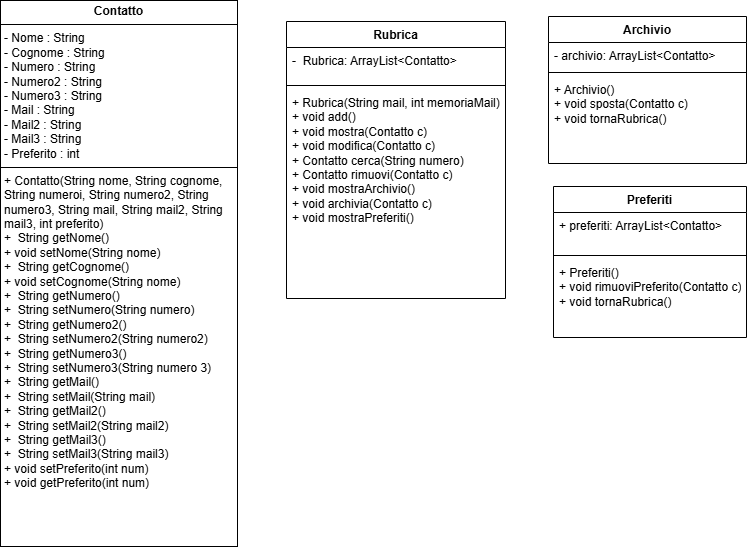
This is Design/ClassiPazze.drawio.png from VinSVinS00/Programmi-pazzi, a draw.io export, as it was before one commit. Source tidied: cells renumbered, new cells last; positions are measured from the earlier drawing's top-left corner, leaving out a move shared by most shapes.
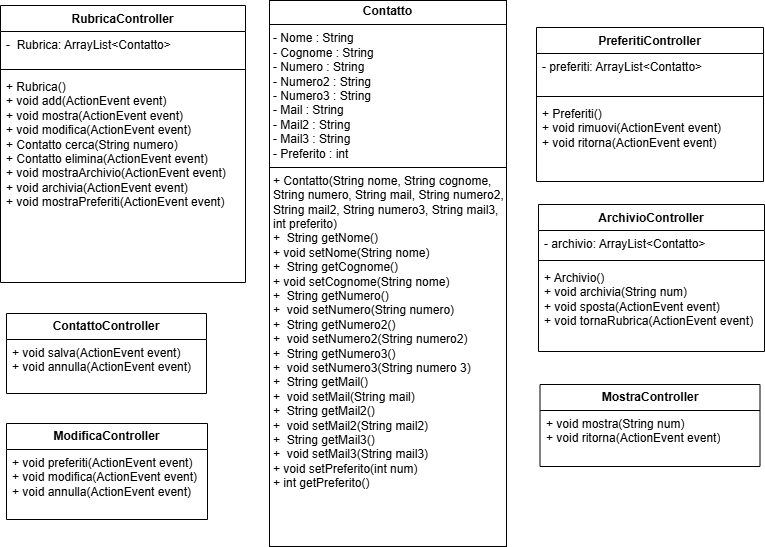
Later version of the same file.

Commit message:
modifica classi

modifica sui diagrammi delle classi

The edit, as a diff of the source:
```diff
@@ -2,44 +2,62 @@
   <root>
     <mxCell id="0" />
     <mxCell id="1" parent="0" />
-    <mxCell id="2" value="&lt;p style=&quot;margin:0px;margin-top:4px;text-align:center;&quot;&gt;&lt;b&gt;Contatto&lt;/b&gt;&lt;/p&gt;&lt;hr size=&quot;1&quot; style=&quot;border-style:solid;&quot;&gt;&lt;p style=&quot;margin:0px;margin-left:4px;&quot;&gt;- Nome : String&lt;/p&gt;&lt;p style=&quot;margin:0px;margin-left:4px;&quot;&gt;- Cognome : String&lt;/p&gt;&lt;p style=&quot;margin:0px;margin-left:4px;&quot;&gt;- Numero : String&lt;/p&gt;&lt;p style=&quot;margin: 0px 0px 0px 4px;&quot;&gt;- Numero2 : String&lt;/p&gt;&lt;div&gt;&lt;p style=&quot;margin: 0px 0px 0px 4px;&quot;&gt;- Numero3 : String&lt;/p&gt;&lt;/div&gt;&lt;div&gt;&lt;p style=&quot;margin: 0px 0px 0px 4px;&quot;&gt;- Mail : String&lt;/p&gt;&lt;p style=&quot;margin: 0px 0px 0px 4px;&quot;&gt;&lt;span style=&quot;background-color: initial;&quot;&gt;- Mail2 : String&lt;/span&gt;&lt;/p&gt;&lt;/div&gt;&lt;p style=&quot;margin: 0px 0px 0px 4px;&quot;&gt;- Mail3 : String&lt;/p&gt;&lt;p style=&quot;margin: 0px 0px 0px 4px;&quot;&gt;- Preferito : int&lt;/p&gt;&lt;hr size=&quot;1&quot; style=&quot;border-style:solid;&quot;&gt;&lt;p style=&quot;margin:0px;margin-left:4px;&quot;&gt;+ Contatto(String nome, String cognome, String numeroi, String numero2, String numero3, String mail, String mail2, String mail3, int preferito)&amp;nbsp;&lt;/p&gt;&lt;p style=&quot;margin:0px;margin-left:4px;&quot;&gt;+&amp;nbsp; String getNome()&lt;/p&gt;&lt;p style=&quot;margin:0px;margin-left:4px;&quot;&gt;+ void setNome(String nome)&lt;/p&gt;&lt;p style=&quot;margin: 0px 0px 0px 4px;&quot;&gt;+&amp;nbsp; String getCognome()&lt;/p&gt;&lt;p style=&quot;margin: 0px 0px 0px 4px;&quot;&gt;+ void setCognome(String nome)&lt;/p&gt;&lt;p style=&quot;margin: 0px 0px 0px 4px;&quot;&gt;+&amp;nbsp; String getNumero()&lt;/p&gt;&lt;p style=&quot;margin: 0px 0px 0px 4px;&quot;&gt;+&amp;nbsp; String setNumero(String numero)&lt;/p&gt;&lt;p style=&quot;margin: 0px 0px 0px 4px;&quot;&gt;+&amp;nbsp; String getNumero2()&lt;/p&gt;&lt;p style=&quot;margin: 0px 0px 0px 4px;&quot;&gt;+&amp;nbsp; String setNumero2(String numero2)&lt;/p&gt;&lt;p style=&quot;margin: 0px 0px 0px 4px;&quot;&gt;+&amp;nbsp; String getNumero3()&lt;/p&gt;&lt;p style=&quot;margin: 0px 0px 0px 4px;&quot;&gt;&lt;span style=&quot;background-color: initial;&quot;&gt;+&amp;nbsp; String setNumero3(String numero 3)&lt;/span&gt;&lt;/p&gt;&lt;p style=&quot;margin: 0px 0px 0px 4px;&quot;&gt;+&amp;nbsp; String getMail()&lt;/p&gt;&lt;p style=&quot;margin: 0px 0px 0px 4px;&quot;&gt;+&amp;nbsp; String setMail(String mail)&lt;/p&gt;&lt;p style=&quot;margin: 0px 0px 0px 4px;&quot;&gt;+&amp;nbsp; String getMail2()&lt;/p&gt;&lt;p style=&quot;margin: 0px 0px 0px 4px;&quot;&gt;+&amp;nbsp; String setMail2(String mail2)&lt;/p&gt;&lt;p style=&quot;margin: 0px 0px 0px 4px;&quot;&gt;+&amp;nbsp; String getMail3()&lt;/p&gt;&lt;p style=&quot;margin: 0px 0px 0px 4px;&quot;&gt;+&amp;nbsp; String setMail3(String mail3)&lt;/p&gt;&lt;p style=&quot;margin: 0px 0px 0px 4px;&quot;&gt;+ void setPreferito(int num)&lt;/p&gt;&lt;p style=&quot;margin: 0px 0px 0px 4px;&quot;&gt;+ void getPreferito(int num)&lt;/p&gt;&lt;p style=&quot;margin: 0px 0px 0px 4px;&quot;&gt;&lt;br&gt;&lt;/p&gt;" style="verticalAlign=top;align=left;overflow=fill;html=1;whiteSpace=wrap;" parent="1" vertex="1">
-      <mxGeometry width="237" height="546" as="geometry" />
+    <mxCell id="2" value="&lt;p style=&quot;margin:0px;margin-top:4px;text-align:center;&quot;&gt;&lt;b&gt;Contatto&lt;/b&gt;&lt;/p&gt;&lt;hr size=&quot;1&quot; style=&quot;border-style:solid;&quot;&gt;&lt;p style=&quot;margin:0px;margin-left:4px;&quot;&gt;- Nome : String&lt;/p&gt;&lt;p style=&quot;margin:0px;margin-left:4px;&quot;&gt;- Cognome : String&lt;/p&gt;&lt;p style=&quot;margin:0px;margin-left:4px;&quot;&gt;- Numero : String&lt;/p&gt;&lt;p style=&quot;margin: 0px 0px 0px 4px;&quot;&gt;- Numero2 : String&lt;/p&gt;&lt;div&gt;&lt;p style=&quot;margin: 0px 0px 0px 4px;&quot;&gt;- Numero3 : String&lt;/p&gt;&lt;/div&gt;&lt;div&gt;&lt;p style=&quot;margin: 0px 0px 0px 4px;&quot;&gt;- Mail : String&lt;/p&gt;&lt;p style=&quot;margin: 0px 0px 0px 4px;&quot;&gt;&lt;span style=&quot;background-color: initial;&quot;&gt;- Mail2 : String&lt;/span&gt;&lt;/p&gt;&lt;/div&gt;&lt;p style=&quot;margin: 0px 0px 0px 4px;&quot;&gt;- Mail3 : String&lt;/p&gt;&lt;p style=&quot;margin: 0px 0px 0px 4px;&quot;&gt;- Preferito : int&lt;/p&gt;&lt;hr size=&quot;1&quot; style=&quot;border-style:solid;&quot;&gt;&lt;p style=&quot;margin:0px;margin-left:4px;&quot;&gt;+ Contatto(String nome, String cognome, String numero, String mail, String numero2, String mail2, String numero3, String mail3, int preferito)&lt;/p&gt;&lt;p style=&quot;margin:0px;margin-left:4px;&quot;&gt;+&amp;nbsp; String getNome()&lt;/p&gt;&lt;p style=&quot;margin:0px;margin-left:4px;&quot;&gt;+ void setNome(String nome)&lt;/p&gt;&lt;p style=&quot;margin: 0px 0px 0px 4px;&quot;&gt;+&amp;nbsp; String getCognome()&lt;/p&gt;&lt;p style=&quot;margin: 0px 0px 0px 4px;&quot;&gt;+ void setCognome(String nome)&lt;/p&gt;&lt;p style=&quot;margin: 0px 0px 0px 4px;&quot;&gt;+&amp;nbsp; String getNumero()&lt;/p&gt;&lt;p style=&quot;margin: 0px 0px 0px 4px;&quot;&gt;+&amp;nbsp; void&amp;nbsp;setNumero(String numero)&lt;/p&gt;&lt;p style=&quot;margin: 0px 0px 0px 4px;&quot;&gt;+&amp;nbsp; String getNumero2()&lt;/p&gt;&lt;p style=&quot;margin: 0px 0px 0px 4px;&quot;&gt;+&amp;nbsp; void&amp;nbsp;setNumero2(String numero2)&lt;/p&gt;&lt;p style=&quot;margin: 0px 0px 0px 4px;&quot;&gt;+&amp;nbsp; String getNumero3()&lt;/p&gt;&lt;p style=&quot;margin: 0px 0px 0px 4px;&quot;&gt;&lt;span style=&quot;background-color: initial;&quot;&gt;+&amp;nbsp;&amp;nbsp;&lt;/span&gt;void&amp;nbsp;&lt;span style=&quot;background-color: initial;&quot;&gt;setNumero3(String numero 3)&lt;/span&gt;&lt;/p&gt;&lt;p style=&quot;margin: 0px 0px 0px 4px;&quot;&gt;+&amp;nbsp; String getMail()&lt;/p&gt;&lt;p style=&quot;margin: 0px 0px 0px 4px;&quot;&gt;+&amp;nbsp; void&amp;nbsp;setMail(String mail)&lt;/p&gt;&lt;p style=&quot;margin: 0px 0px 0px 4px;&quot;&gt;+&amp;nbsp; String getMail2()&lt;/p&gt;&lt;p style=&quot;margin: 0px 0px 0px 4px;&quot;&gt;+&amp;nbsp; void&amp;nbsp;setMail2(String mail2)&lt;/p&gt;&lt;p style=&quot;margin: 0px 0px 0px 4px;&quot;&gt;+&amp;nbsp; String getMail3()&lt;/p&gt;&lt;p style=&quot;margin: 0px 0px 0px 4px;&quot;&gt;+&amp;nbsp; void&amp;nbsp;setMail3(String mail3)&lt;/p&gt;&lt;p style=&quot;margin: 0px 0px 0px 4px;&quot;&gt;+ void setPreferito(int num)&lt;/p&gt;&lt;p style=&quot;margin: 0px 0px 0px 4px;&quot;&gt;+ int getPreferito()&lt;/p&gt;&lt;p style=&quot;margin: 0px 0px 0px 4px;&quot;&gt;&lt;br&gt;&lt;/p&gt;" style="verticalAlign=top;align=left;overflow=fill;html=1;whiteSpace=wrap;" parent="1" vertex="1">
+      <mxGeometry x="264" width="237" height="546" as="geometry" />
     </mxCell>
-    <mxCell id="3" value="Rubrica" style="swimlane;fontStyle=1;align=center;verticalAlign=top;horizontal=1;startSize=26;whiteSpace=wrap;html=1;" parent="1" vertex="1">
-      <mxGeometry x="286" y="21" width="219" height="277" as="geometry" />
+    <mxCell id="3" value="RubricaController" style="swimlane;fontStyle=1;align=center;verticalAlign=top;horizontal=1;startSize=26;whiteSpace=wrap;html=1;" parent="1" vertex="1">
+      <mxGeometry x="-5" y="5" width="245" height="277" as="geometry" />
     </mxCell>
     <mxCell id="4" value="-&amp;nbsp; Rubrica: ArrayList&amp;lt;Contatto&amp;gt;&lt;div&gt;&lt;div&gt;&lt;div&gt;&lt;br&gt;&lt;/div&gt;&lt;/div&gt;&lt;/div&gt;" style="text;strokeColor=none;fillColor=none;align=left;verticalAlign=top;spacingLeft=4;spacingRight=4;overflow=hidden;whiteSpace=wrap;html=1;" parent="3" vertex="1">
-      <mxGeometry y="26" width="219" height="34" as="geometry" />
+      <mxGeometry y="26" width="245" height="34" as="geometry" />
     </mxCell>
     <mxCell id="5" style="line;strokeWidth=1;fillColor=none;align=left;verticalAlign=middle;spacingTop=-1;spacingLeft=3;spacingRight=3;labelPosition=right;strokeColor=inherit;" parent="3" vertex="1">
-      <mxGeometry y="60" width="219" height="8" as="geometry" />
+      <mxGeometry y="60" width="245" height="8" as="geometry" />
     </mxCell>
-    <mxCell id="6" value="&lt;div&gt;+ Rubrica(String mail, int memoriaMail)&lt;/div&gt;&lt;div&gt;&lt;div&gt;+ void add()&lt;/div&gt;&lt;/div&gt;&lt;div&gt;+ void mostra(Contatto c)&lt;/div&gt;&lt;div&gt;+ void modifica(Contatto c)&lt;/div&gt;&lt;div&gt;+ Contatto cerca(String numero)&lt;/div&gt;&lt;div&gt;+ Contatto rimuovi(Contatto c)&lt;/div&gt;&lt;div&gt;+ void mostraArchivio()&lt;/div&gt;&lt;div&gt;+ void archivia(Contatto c)&lt;/div&gt;&lt;div&gt;+ void mostraPreferiti()&lt;/div&gt;" style="text;strokeColor=none;fillColor=none;align=left;verticalAlign=top;spacingLeft=4;spacingRight=4;overflow=hidden;whiteSpace=wrap;html=1;" parent="3" vertex="1">
-      <mxGeometry y="68" width="219" height="209" as="geometry" />
+    <mxCell id="6" value="&lt;div&gt;+ Rubrica()&lt;/div&gt;&lt;div&gt;&lt;div&gt;+ void add(&lt;span style=&quot;background-color: initial;&quot;&gt;ActionEvent event&lt;/span&gt;&lt;span style=&quot;background-color: initial;&quot;&gt;)&lt;/span&gt;&lt;/div&gt;&lt;/div&gt;&lt;div&gt;+ void mostra(ActionEvent event)&lt;/div&gt;&lt;div&gt;+ void modifica(ActionEvent event)&lt;/div&gt;&lt;div&gt;+ Contatto cerca(String numero)&lt;/div&gt;&lt;div&gt;+ Contatto elimina(ActionEvent event)&lt;/div&gt;&lt;div&gt;+ void mostraArchivio(&lt;span style=&quot;background-color: initial;&quot;&gt;ActionEvent event&lt;/span&gt;&lt;span style=&quot;background-color: initial;&quot;&gt;)&lt;/span&gt;&lt;/div&gt;&lt;div&gt;+ void archivia(ActionEvent event)&lt;/div&gt;&lt;div&gt;+ void mostraPreferiti(&lt;span style=&quot;background-color: initial;&quot;&gt;ActionEvent event&lt;/span&gt;&lt;span style=&quot;background-color: initial;&quot;&gt;)&lt;/span&gt;&lt;/div&gt;" style="text;strokeColor=none;fillColor=none;align=left;verticalAlign=top;spacingLeft=4;spacingRight=4;overflow=hidden;whiteSpace=wrap;html=1;" parent="3" vertex="1">
+      <mxGeometry y="68" width="245" height="209" as="geometry" />
     </mxCell>
-    <mxCell id="7" value="Archivio" style="swimlane;fontStyle=1;align=center;verticalAlign=top;horizontal=1;startSize=26;whiteSpace=wrap;html=1;" parent="1" vertex="1">
-      <mxGeometry x="548" y="16" width="198" height="147" as="geometry" />
+    <mxCell id="7" value="ArchivioController" style="swimlane;fontStyle=1;align=center;verticalAlign=top;horizontal=1;startSize=26;whiteSpace=wrap;html=1;" parent="1" vertex="1">
+      <mxGeometry x="533" y="204" width="226" height="147" as="geometry" />
     </mxCell>
     <mxCell id="8" value="- archivio: ArrayList&amp;lt;Contatto&amp;gt;" style="text;strokeColor=none;fillColor=none;align=left;verticalAlign=top;spacingLeft=4;spacingRight=4;overflow=hidden;whiteSpace=wrap;html=1;" parent="7" vertex="1">
-      <mxGeometry y="26" width="198" height="26" as="geometry" />
+      <mxGeometry y="26" width="226" height="26" as="geometry" />
     </mxCell>
     <mxCell id="9" style="line;strokeWidth=1;fillColor=none;align=left;verticalAlign=middle;spacingTop=-1;spacingLeft=3;spacingRight=3;labelPosition=right;strokeColor=inherit;" parent="7" vertex="1">
-      <mxGeometry y="52" width="198" height="8" as="geometry" />
+      <mxGeometry y="52" width="226" height="8" as="geometry" />
     </mxCell>
-    <mxCell id="10" value="+ Archivio()&lt;div&gt;+ void sposta(Contatto c)&lt;/div&gt;&lt;div&gt;+ void tornaRubrica()&lt;/div&gt;" style="text;strokeColor=none;fillColor=none;align=left;verticalAlign=top;spacingLeft=4;spacingRight=4;overflow=hidden;whiteSpace=wrap;html=1;" parent="7" vertex="1">
-      <mxGeometry y="60" width="198" height="87" as="geometry" />
+    <mxCell id="10" value="+ Archivio()&lt;div&gt;+ void archivia(String num)&lt;br&gt;&lt;div&gt;+ void sposta(ActionEvent event)&lt;/div&gt;&lt;div&gt;+ void tornaRubrica(&lt;span style=&quot;background-color: initial;&quot;&gt;ActionEvent event&lt;/span&gt;&lt;span style=&quot;background-color: initial;&quot;&gt;)&lt;/span&gt;&lt;/div&gt;&lt;/div&gt;" style="text;strokeColor=none;fillColor=none;align=left;verticalAlign=top;spacingLeft=4;spacingRight=4;overflow=hidden;whiteSpace=wrap;html=1;" parent="7" vertex="1">
+      <mxGeometry y="60" width="226" height="87" as="geometry" />
     </mxCell>
-    <mxCell id="11" value="Preferiti" style="swimlane;fontStyle=1;align=center;verticalAlign=top;horizontal=1;startSize=26;whiteSpace=wrap;html=1;" parent="1" vertex="1">
-      <mxGeometry x="553" y="186" width="193" height="151" as="geometry" />
+    <mxCell id="11" value="PreferitiController" style="swimlane;fontStyle=1;align=center;verticalAlign=top;horizontal=1;startSize=26;whiteSpace=wrap;html=1;" parent="1" vertex="1">
+      <mxGeometry x="531" y="27" width="227" height="154" as="geometry" />
     </mxCell>
-    <mxCell id="12" value="+ preferiti: ArrayList&amp;lt;Contatto&amp;gt;" style="text;strokeColor=none;fillColor=none;align=left;verticalAlign=top;spacingLeft=4;spacingRight=4;overflow=hidden;whiteSpace=wrap;html=1;" parent="11" vertex="1">
-      <mxGeometry y="26" width="193" height="39" as="geometry" />
+    <mxCell id="12" value="- preferiti: ArrayList&amp;lt;Contatto&amp;gt;" style="text;strokeColor=none;fillColor=none;align=left;verticalAlign=top;spacingLeft=4;spacingRight=4;overflow=hidden;whiteSpace=wrap;html=1;" parent="11" vertex="1">
+      <mxGeometry y="26" width="227" height="39" as="geometry" />
     </mxCell>
     <mxCell id="13" style="line;strokeWidth=1;fillColor=none;align=left;verticalAlign=middle;spacingTop=-1;spacingLeft=3;spacingRight=3;labelPosition=right;strokeColor=inherit;" parent="11" vertex="1">
-      <mxGeometry y="65" width="193" height="8" as="geometry" />
+      <mxGeometry y="65" width="227" height="8" as="geometry" />
     </mxCell>
-    <mxCell id="14" value="+ Preferiti()&lt;div&gt;+ void rimuoviPreferito(Contatto c)&lt;/div&gt;&lt;div&gt;+ void tornaRubrica()&lt;/div&gt;" style="text;strokeColor=none;fillColor=none;align=left;verticalAlign=top;spacingLeft=4;spacingRight=4;overflow=hidden;whiteSpace=wrap;html=1;" parent="11" vertex="1">
-      <mxGeometry y="73" width="193" height="78" as="geometry" />
+    <mxCell id="14" value="+ Preferiti()&lt;div&gt;+ void rimuovi(ActionEvent event)&lt;/div&gt;&lt;div&gt;+ void ritorna(&lt;span style=&quot;background-color: initial;&quot;&gt;ActionEvent event&lt;/span&gt;&lt;span style=&quot;background-color: initial;&quot;&gt;)&lt;/span&gt;&lt;/div&gt;" style="text;strokeColor=none;fillColor=none;align=left;verticalAlign=top;spacingLeft=4;spacingRight=4;overflow=hidden;whiteSpace=wrap;html=1;" parent="11" vertex="1">
+      <mxGeometry y="73" width="227" height="81" as="geometry" />
     </mxCell>
+    <mxCell id="15" value="&lt;b&gt;ContattoController&lt;/b&gt;" style="swimlane;fontStyle=0;horizontal=1;startSize=26;fillColor=none;whiteSpace=wrap;html=1;" parent="1" vertex="1">
+      <mxGeometry x="1" y="313" width="200" height="80" as="geometry" />
+    </mxCell>
+    <mxCell id="16" value="+ void salva(ActionEvent event)&lt;div&gt;+ void annulla(ActionEvent event)&lt;/div&gt;" style="text;strokeColor=none;fillColor=none;align=left;verticalAlign=top;spacingLeft=4;spacingRight=4;overflow=hidden;whiteSpace=wrap;html=1;" parent="15" vertex="1">
+      <mxGeometry y="26" width="200" height="54" as="geometry" />
+    </mxCell>
+    <mxCell id="17" value="&lt;b style=&quot;&quot;&gt;ModificaController&lt;/b&gt;" style="swimlane;fontStyle=0;horizontal=1;startSize=26;fillColor=none;whiteSpace=wrap;html=1;" parent="1" vertex="1">
+      <mxGeometry x="1" y="423" width="201" height="96" as="geometry" />
+    </mxCell>
+    <mxCell id="18" value="+ void preferiti(ActionEvent event)&lt;div&gt;+ void modifica(ActionEvent event)&lt;/div&gt;&lt;div&gt;+ void annulla(ActionEvent event)&lt;/div&gt;" style="text;strokeColor=none;fillColor=none;align=left;verticalAlign=top;spacingLeft=4;spacingRight=4;overflow=hidden;whiteSpace=wrap;html=1;" parent="17" vertex="1">
+      <mxGeometry y="26" width="201" height="70" as="geometry" />
+    </mxCell>
+    <mxCell id="19" value="&lt;b&gt;MostraController&lt;/b&gt;" style="swimlane;fontStyle=0;horizontal=1;startSize=26;fillColor=none;whiteSpace=wrap;html=1;" parent="1" vertex="1">
+      <mxGeometry x="534.5" y="384" width="220" height="82" as="geometry" />
+    </mxCell>
+    <mxCell id="20" value="+ void mostra(String num)&lt;div&gt;+ void ritorna(ActionEvent event)&lt;/div&gt;" style="text;strokeColor=none;fillColor=none;align=left;verticalAlign=top;spacingLeft=4;spacingRight=4;overflow=hidden;whiteSpace=wrap;html=1;" parent="19" vertex="1">
+      <mxGeometry y="26" width="220" height="56" as="geometry" />
+    </mxCell>
   </root>
 </mxGraphModel>
```
